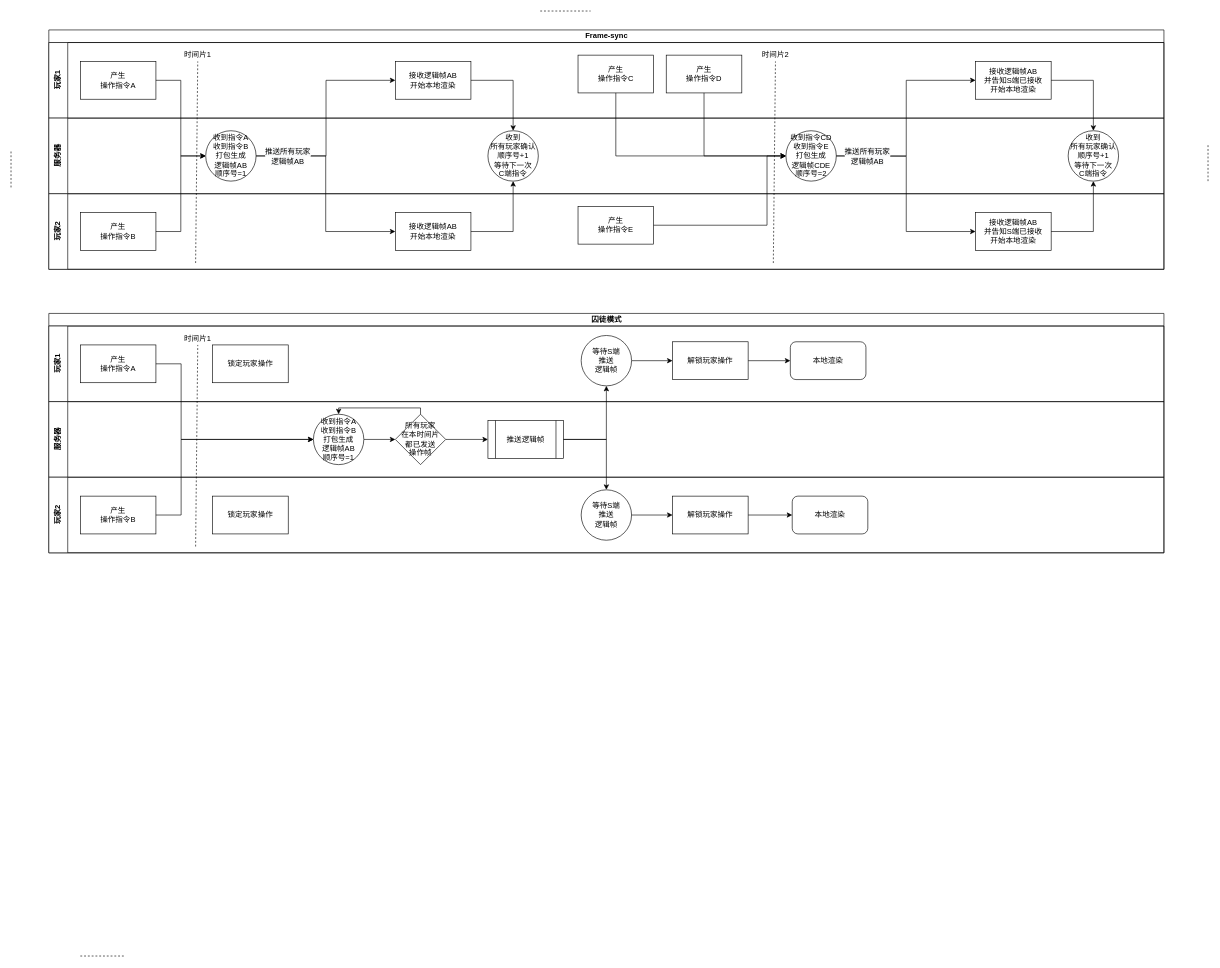
The draw.io diagram rsync_frame_lock_step.drawio in mqzhifu/drawpic, before the edit. Source tidied: cells renumbered, new cells numbered last; positions are measured from the earlier drawing's top-left corner, leaving out a move shared by most shapes. Both pictures are drawn from the tidied source at 63%, with x=0, y=0 at pixel (11, 11).
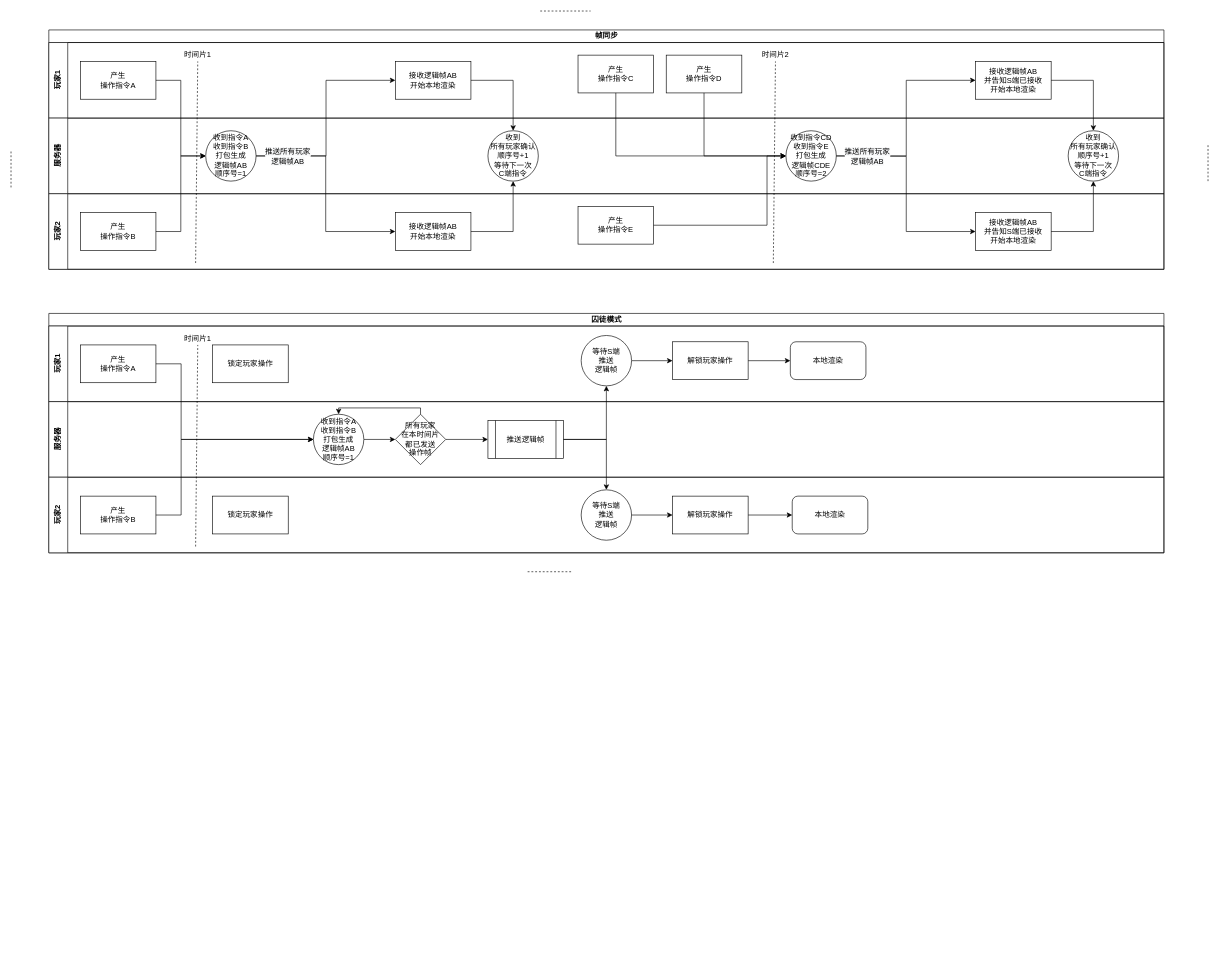
The same page after the edit.

Diff of the diagram source:
```diff
@@
-    <mxCell id="2" value="Frame-sync" style="swimlane;html=1;horizontal=1;startSize=20;" parent="1" vertex="1">
+    <mxCell id="2" value="帧同步" style="swimlane;html=1;horizontal=1;startSize=20;" parent="1" vertex="1">
       <mxGeometry x="60" y="30" width="1770" height="380" as="geometry" />
     </mxCell>
@@
     <mxCell id="41" style="endArrow=none;dashed=1;html=1;" parent="1" edge="1">
       <mxGeometry relative="1" as="geometry">
-        <mxPoint x="110" y="1500" as="sourcePoint" />
-        <mxPoint x="180" y="1500" as="targetPoint" />
+        <mxPoint x="820" y="890" as="sourcePoint" />
+        <mxPoint x="890" y="890" as="targetPoint" />
       </mxGeometry>
     </mxCell>
```
